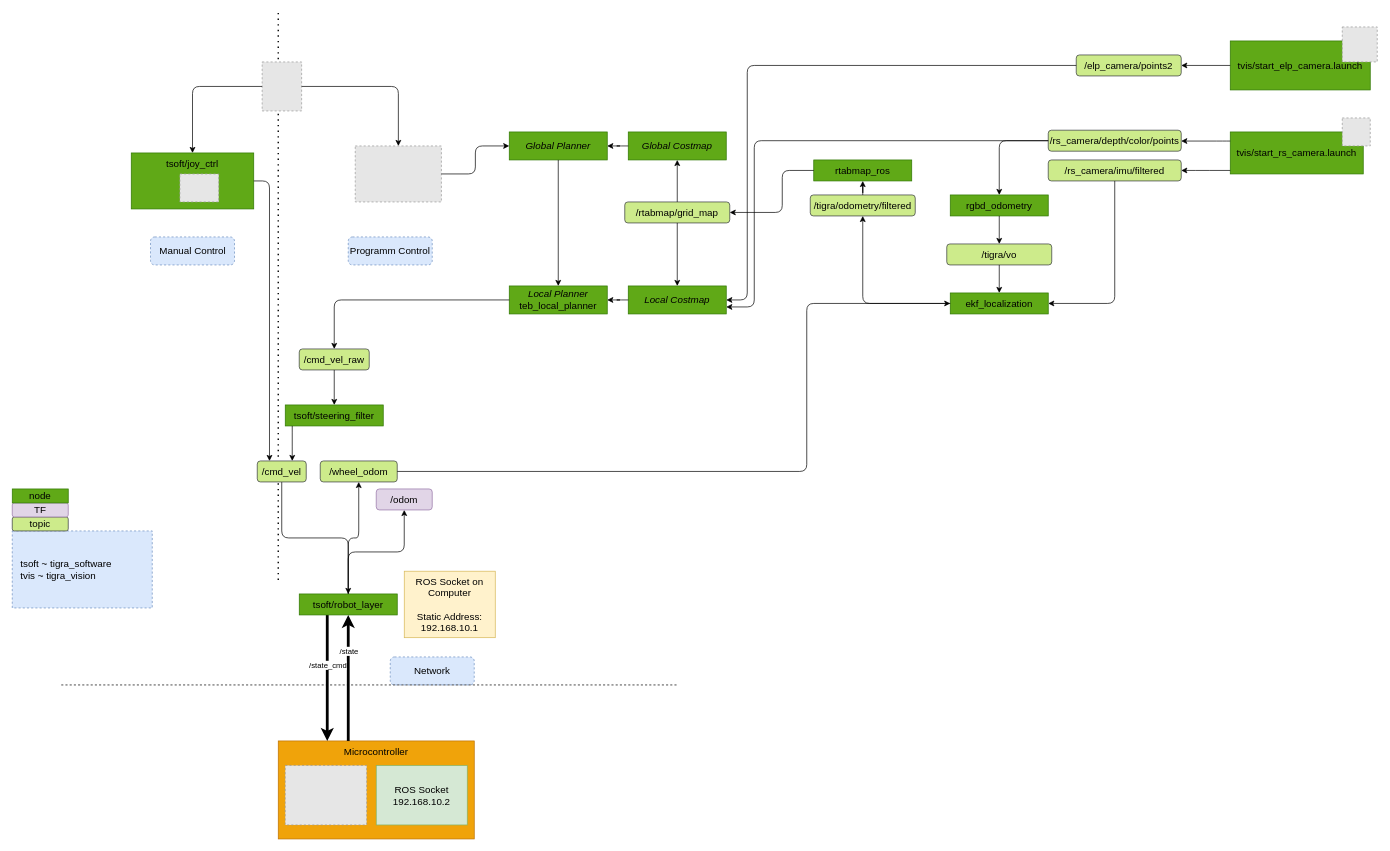
The draw.io diagram docs/Architecture.drawio in lsd-maddrive/tigra-project, before the edit. Source tidied: cells renumbered, new cells numbered last; positions are measured from the earlier drawing's top-left corner, leaving out a move shared by most shapes. Both pictures are drawn from the tidied source at 70%, with x=0, y=0 at pixel (12, 13). Pictures stored in the file or linked from it are replaced by grey dashed boxes.
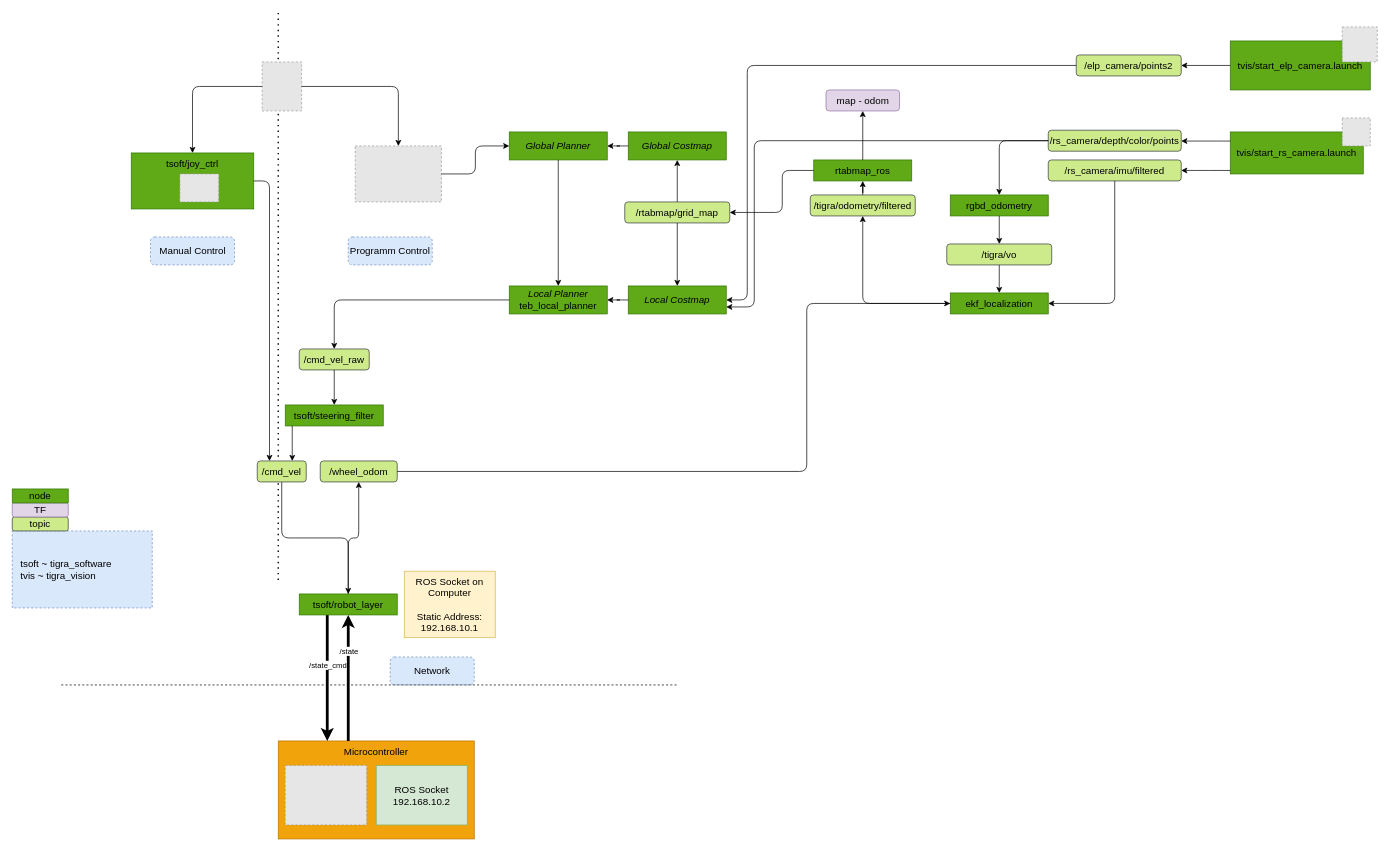
Above is the later version.

The change refers to these unchanged cells:
```xml
<mxCell id="12" value="tsoft/robot_layer" style="rounded=0;whiteSpace=wrap;html=1;fillColor=#60a917;strokeColor=#2D7600;fontSize=14;fontColor=#000000;" parent="1" vertex="1">
  <mxGeometry x="410" y="830" width="140" height="30" as="geometry" />
</mxCell>
<mxCell id="65" value="rtabmap_ros" style="rounded=0;whiteSpace=wrap;html=1;fillColor=#60a917;strokeColor=#2D7600;fontSize=14;fontColor=#000000;" parent="1" vertex="1">
  <mxGeometry x="1145" y="210" width="140" height="30" as="geometry" />
</mxCell>
```

What changed in the source:
```diff
@@
-    <mxCell id="15" style="rounded=1;jettySize=auto;html=1;fontSize=14;fontColor=#000000;sketch=0;edgeStyle=orthogonalEdgeStyle;" parent="1" edge="1" source="12" target="21">
-      <mxGeometry relative="1" as="geometry" />
-    </mxCell>
@@
-    <mxCell id="21" value="/odom" style="rounded=1;whiteSpace=wrap;html=1;fontSize=14;fillColor=#e1d5e7;strokeColor=#9673a6;fontColor=#000000;" parent="1" vertex="1">
-      <mxGeometry x="520" y="680" width="80" height="30" as="geometry" />
-    </mxCell>
@@
+    <mxCell id="74" value="map - odom" style="rounded=1;whiteSpace=wrap;html=1;fontSize=14;fillColor=#e1d5e7;strokeColor=#9673a6;fontColor=#000000;" parent="1" vertex="1">
+      <mxGeometry x="1162.5" y="110" width="105" height="30" as="geometry" />
+    </mxCell>
+    <mxCell id="75" style="rounded=1;jettySize=auto;html=1;fontSize=14;fontColor=#000000;sketch=0;edgeStyle=orthogonalEdgeStyle;" parent="1" edge="1" source="65" target="74">
+      <mxGeometry relative="1" as="geometry" />
+    </mxCell>
```
